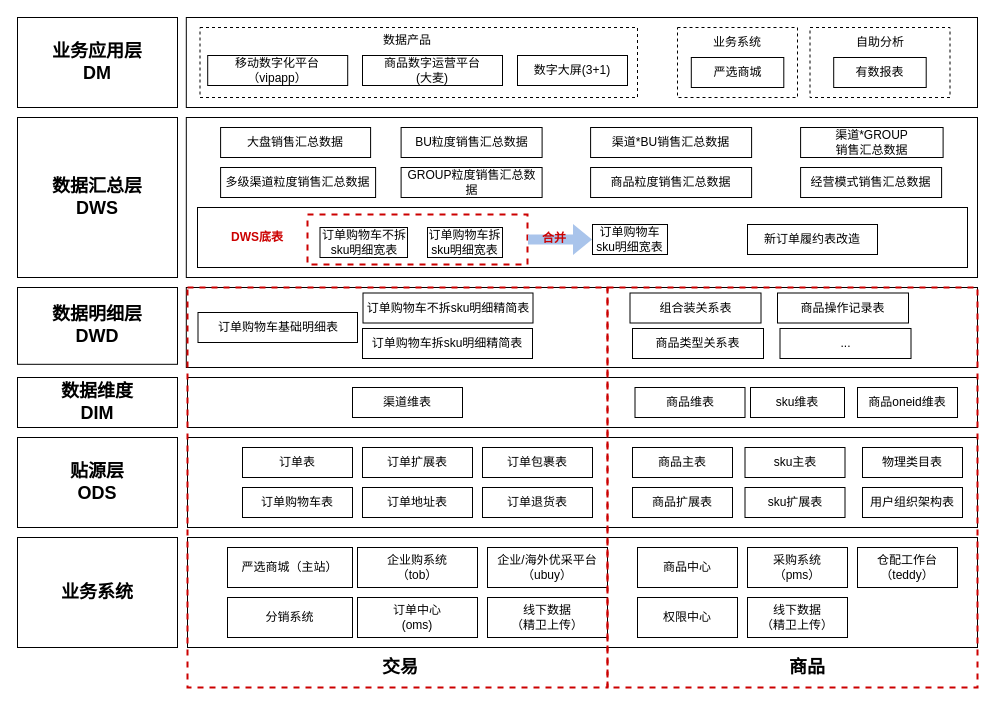
This is polaris.drawio from mineminemine123/work-wiki, a draw.io file, before an edit. Source tidied: cells renumbered, new cells numbered last; positions are measured from the earlier drawing's top-left corner, leaving out a move shared by most shapes. Both pictures are drawn from the tidied source at 100%, with x=0, y=0 at pixel (17, 17).
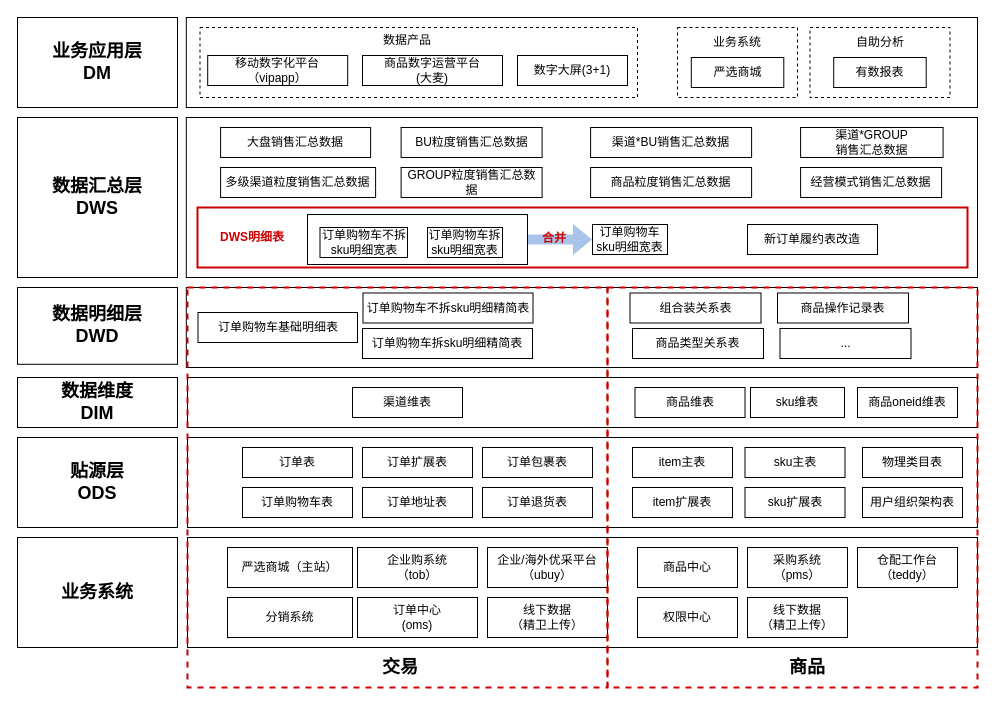
After the change.

What changed in the source:
```diff
@@
-    <mxCell id="28" value="商品主表" style="rounded=0;whiteSpace=wrap;html=1;fontStyle=0;fontFamily=微软雅黑;" parent="1" vertex="1">
+    <mxCell id="28" value="item主表" style="rounded=0;whiteSpace=wrap;html=1;fontStyle=0;fontFamily=微软雅黑;" parent="1" vertex="1">
       <mxGeometry x="615" y="430" width="100" height="30" as="geometry" />
     </mxCell>
-    <mxCell id="29" value="商品扩展表" style="rounded=0;whiteSpace=wrap;html=1;fontStyle=0;fontFamily=微软雅黑;" parent="1" vertex="1">
+    <mxCell id="29" value="item扩展表" style="rounded=0;whiteSpace=wrap;html=1;fontStyle=0;fontFamily=微软雅黑;" parent="1" vertex="1">
       <mxGeometry x="615" y="470" width="100" height="30" as="geometry" />
     </mxCell>
@@
-    <mxCell id="69" style="rounded=0;whiteSpace=wrap;html=1;fillColor=none;fontFamily=微软雅黑;" parent="1" vertex="1">
+    <mxCell id="69" style="rounded=0;whiteSpace=wrap;html=1;fillColor=none;fontFamily=微软雅黑;strokeColor=#CC0000;strokeWidth=2;" parent="1" vertex="1">
       <mxGeometry x="180" y="190" width="770" height="60" as="geometry" />
     </mxCell>
@@
-    <mxCell id="72" value="&lt;b&gt;&lt;font color=&quot;#cc0000&quot;&gt;DWS底表&lt;/font&gt;&lt;/b&gt;" style="text;html=1;strokeColor=none;fillColor=none;align=center;verticalAlign=middle;whiteSpace=wrap;rounded=0;fontFamily=微软雅黑;" parent="1" vertex="1">
-      <mxGeometry x="210" y="205" width="60" height="30" as="geometry" />
+    <mxCell id="72" value="&lt;b&gt;&lt;font color=&quot;#cc0000&quot;&gt;DWS明细表&lt;/font&gt;&lt;/b&gt;" style="text;html=1;strokeColor=none;fillColor=none;align=center;verticalAlign=middle;whiteSpace=wrap;rounded=0;fontFamily=微软雅黑;" parent="1" vertex="1">
+      <mxGeometry x="200" y="205" width="70" height="30" as="geometry" />
     </mxCell>
@@
-    <mxCell id="75" style="rounded=0;whiteSpace=wrap;html=1;fillColor=none;dashed=1;fontFamily=微软雅黑;strokeColor=#CC0000;strokeWidth=2;" parent="1" vertex="1">
+    <mxCell id="75" style="rounded=0;whiteSpace=wrap;html=1;fillColor=none;fontFamily=微软雅黑;strokeColor=default;strokeWidth=1;" parent="1" vertex="1">
       <mxGeometry x="290" y="197" width="220" height="50" as="geometry" />
     </mxCell>
```
